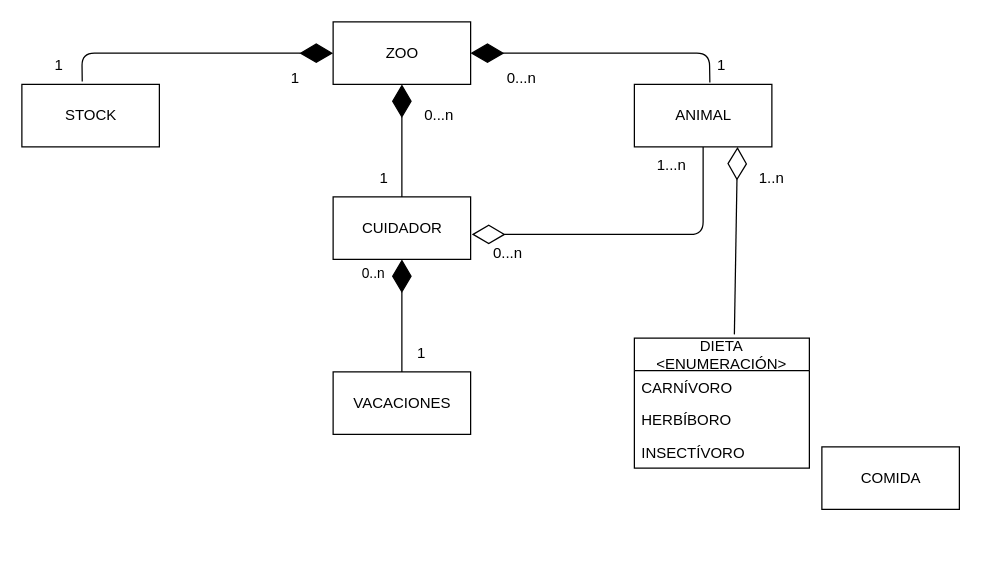
Trabajo-gruupal-empresa/Mediante-UML keeps this draw.io diagram as EJ5/ejercicio5.drawio. Above is the earlier version. Source tidied: cells renumbered, new cells numbered last; positions are measured from the earlier drawing's top-left corner, leaving out a move shared by most shapes. Both pictures are drawn from the tidied source at 125%, with x=0, y=0 at pixel (21, 21).
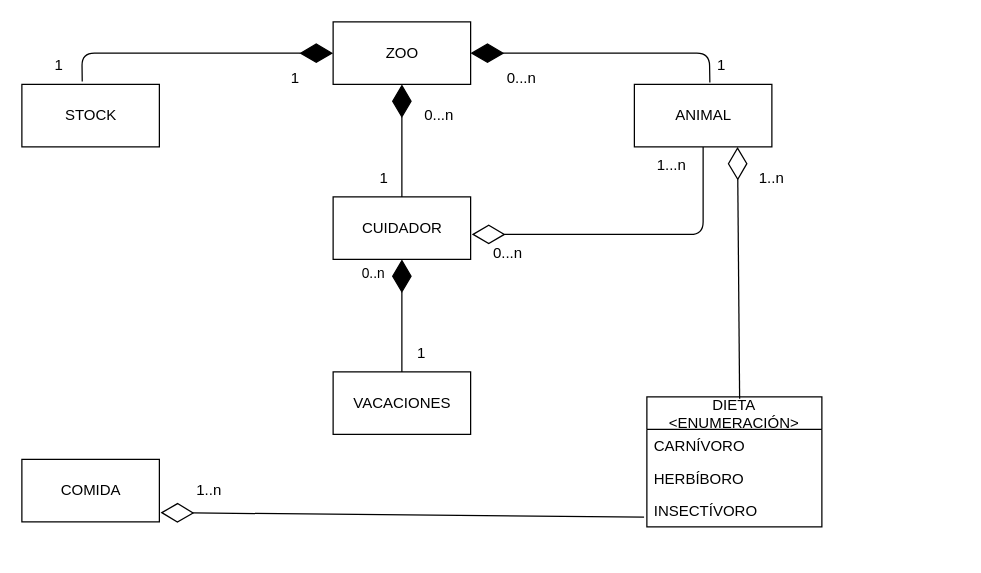
The same page after the edit.

Commit message:
agregación dieta/comida

Unchanged cells that the change refers to:
```xml
<mxCell id="4" value="ANIMAL" style="html=1;" parent="1" vertex="1">
  <mxGeometry x="490" y="50" width="110" height="50" as="geometry" />
</mxCell>
<mxCell id="26" value="INSECTÍVORO" style="text;strokeColor=none;fillColor=none;align=left;verticalAlign=top;spacingLeft=4;spacingRight=4;overflow=hidden;points=[[0,0.5],[1,0.5]];portConstraint=eastwest;" parent="23" vertex="1">
  <mxGeometry y="78" width="140" height="26" as="geometry" />
</mxCell>
```

Change to the diagram source:
```diff
@@
     <mxCell id="5" value="COMIDA" style="html=1;" parent="1" vertex="1">
-      <mxGeometry x="640" y="340" width="110" height="50" as="geometry" />
+      <mxGeometry y="350" width="110" height="50" as="geometry" />
     </mxCell>
@@
     <mxCell id="23" value="DIETA&#10;&lt;ENUMERACIÓN&gt;" style="swimlane;fontStyle=0;horizontal=1;startSize=26;fillColor=none;" parent="1" vertex="1">
-      <mxGeometry x="490" y="253" width="140" height="104" as="geometry" />
+      <mxGeometry x="500" y="300" width="140" height="104" as="geometry" />
     </mxCell>
@@
-    <mxCell id="27" style="endArrow=diamondThin;endFill=0;endSize=24;html=1;entryX=0.75;entryY=1;entryDx=0;entryDy=0;" parent="1" edge="1" target="4">
-      <mxGeometry relative="1" as="geometry">
-        <mxPoint x="570" y="250" as="sourcePoint" />
-      </mxGeometry>
+    <mxCell id="27" style="endArrow=diamondThin;endFill=0;endSize=24;html=1;entryX=0.75;entryY=1;entryDx=0;entryDy=0;exitX=0.53;exitY=0.014;exitDx=0;exitDy=0;exitPerimeter=0;" parent="1" edge="1" source="23" target="4">
+      <mxGeometry relative="1" as="geometry" />
     </mxCell>
@@
+    <mxCell id="29" style="endArrow=diamondThin;endFill=0;endSize=24;html=1;entryX=1.009;entryY=0.852;entryDx=0;entryDy=0;entryPerimeter=0;exitX=-0.016;exitY=0.7;exitDx=0;exitDy=0;exitPerimeter=0;" parent="1" edge="1" source="26" target="5">
+      <mxGeometry relative="1" as="geometry" />
+    </mxCell>
+    <mxCell id="30" value="1..n" style="text;strokeColor=none;align=center;fillColor=none;html=1;verticalAlign=middle;whiteSpace=wrap;rounded=0;" parent="1" vertex="1">
+      <mxGeometry x="120" y="360" width="60" height="30" as="geometry" />
+    </mxCell>
```
